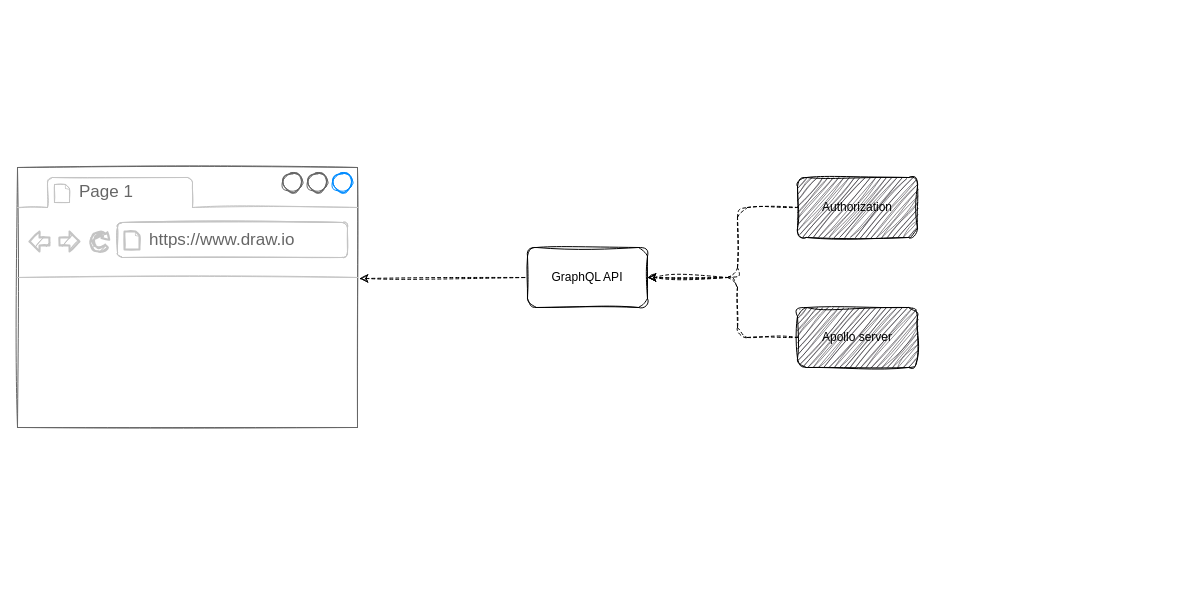
Earlier version of the draw.io diagram page "Information flow" (1 of 3) of model/MyinT GraphQL API.drawio (tealacademy/myint-graphql-api). Source tidied: cells renumbered, new cells numbered last; positions are measured from the earlier drawing's top-left corner, leaving out a move shared by most shapes. Both pictures are drawn from the tidied source at 100%, with x=0, y=0 at pixel (17, 167).
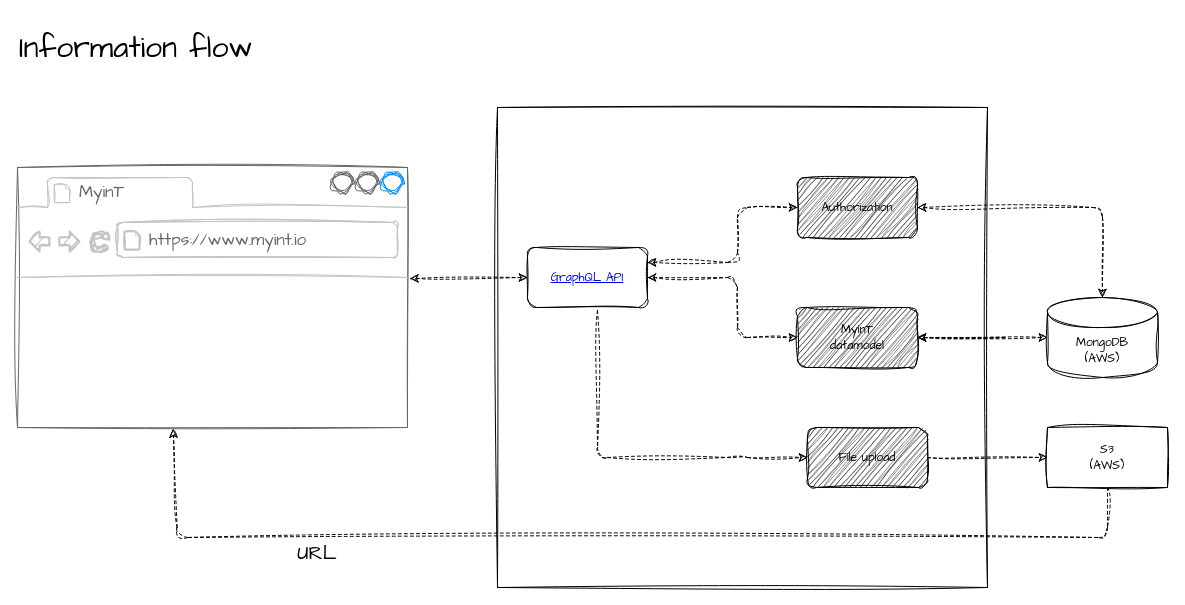
The same page after the edit.

Commit message (it also covers changes not shown here):
Bit more comments to explain code. First datamodel-model added

Diff of the diagram source:
```diff
@@
+    <mxCell id="11" style="rounded=0;whiteSpace=wrap;fontSize=30;labelBackgroundColor=none;textOpacity=0;labelPosition=left;verticalLabelPosition=middle;align=right;verticalAlign=middle;sketch=1;curveFitting=1;jiggle=2;glass=0;" parent="1" vertex="1">
+      <mxGeometry x="480" y="-60" width="490" height="480" as="geometry" />
+    </mxCell>
-    <mxCell id="2" style="edgeStyle=none;html=1;entryX=0;entryY=0.5;entryDx=0;entryDy=0;sketch=1;curveFitting=1;jiggle=2;startArrow=classic;startFill=1;endArrow=none;endFill=0;dashed=1;" parent="1" edge="1" source="4" target="5">
+    <mxCell id="2" style="edgeStyle=none;html=1;entryX=0;entryY=0.5;entryDx=0;entryDy=0;sketch=1;curveFitting=1;jiggle=2;startArrow=classic;startFill=1;endArrow=classic;endFill=1;dashed=1;exitX=1;exitY=0.25;exitDx=0;exitDy=0;" parent="1" edge="1" source="4" target="5">
       <mxGeometry relative="1" as="geometry">
         <Array as="points">
-          <mxPoint x="720" y="110" />
+          <mxPoint x="720" y="95" />
           <mxPoint x="720" y="40" />
         </Array>
       </mxGeometry>
     </mxCell>
-    <mxCell id="3" style="edgeStyle=none;html=1;sketch=1;curveFitting=1;jiggle=2;startArrow=classic;startFill=1;endArrow=none;endFill=0;dashed=1;" parent="1" edge="1" source="4" target="6">
+    <mxCell id="3" style="edgeStyle=none;html=1;sketch=1;curveFitting=1;jiggle=2;startArrow=classic;startFill=1;endArrow=classic;endFill=1;dashed=1;exitX=1;exitY=0.5;exitDx=0;exitDy=0;" parent="1" edge="1" source="4" target="6">
       <mxGeometry relative="1" as="geometry">
         <Array as="points">
           <mxPoint x="720" y="110" />
           <mxPoint x="720" y="170" />
         </Array>
       </mxGeometry>
     </mxCell>
-    <mxCell id="4" value="&lt;div style=&quot;&quot;&gt;&lt;span style=&quot;background-color: initial;&quot;&gt;GraphQL API&lt;/span&gt;&lt;/div&gt;" style="rounded=1;whiteSpace=wrap;html=1;align=center;sketch=1;curveFitting=1;jiggle=2;" parent="1" vertex="1">
+    <mxCell id="4" value="&lt;div style=&quot;&quot;&gt;&lt;span style=&quot;background-color: initial;&quot;&gt;&lt;font face=&quot;Architects Daughter&quot;&gt;&lt;a href=&quot;data:page/id,EDtR1DHFm7wwkhuv0E5v&quot;&gt;GraphQL API&lt;/a&gt;&lt;/font&gt;&lt;/span&gt;&lt;/div&gt;" style="rounded=1;whiteSpace=wrap;html=1;align=center;sketch=1;curveFitting=1;jiggle=2;" parent="1" vertex="1">
       <mxGeometry x="510" y="80" width="120" height="60" as="geometry" />
     </mxCell>
-    <mxCell id="5" value="Authorization" style="whiteSpace=wrap;html=1;align=center;fillColor=rgb(24, 20, 29);rounded=1;sketch=1;curveFitting=1;jiggle=2;" parent="1" vertex="1">
+    <mxCell id="5" value="&lt;font face=&quot;Architects Daughter&quot;&gt;Authorization&lt;/font&gt;" style="whiteSpace=wrap;html=1;align=center;fillColor=rgb(24, 20, 29);rounded=1;sketch=1;curveFitting=1;jiggle=2;" parent="1" vertex="1">
       <mxGeometry x="780" y="10" width="120" height="60" as="geometry" />
     </mxCell>
+    <mxCell id="12" style="edgeStyle=none;sketch=1;html=1;dashed=1;startArrow=classic;startFill=1;endArrow=none;endFill=0;curveFitting=1;jiggle=2;" parent="1" edge="1" source="6">
+      <mxGeometry relative="1" as="geometry">
+        <mxPoint x="990" y="170" as="targetPoint" />
+      </mxGeometry>
+    </mxCell>
-    <mxCell id="6" value="Apollo server" style="whiteSpace=wrap;html=1;align=center;fillColor=rgb(24, 20, 29);rounded=1;sketch=1;curveFitting=1;jiggle=2;" parent="1" vertex="1">
+    <mxCell id="6" value="&lt;font face=&quot;Architects Daughter&quot;&gt;MyinT&lt;br&gt;datamodel&lt;/font&gt;" style="whiteSpace=wrap;html=1;align=center;fillColor=rgb(24, 20, 29);rounded=1;sketch=1;curveFitting=1;jiggle=2;" parent="1" vertex="1">
       <mxGeometry x="780" y="140" width="120" height="60" as="geometry" />
     </mxCell>
-    <mxCell id="7" style="strokeWidth=1;shadow=0;dashed=0;align=center;html=1;shape=mxgraph.mockup.containers.browserWindow;rSize=0;strokeColor=#666666;strokeColor2=#008cff;strokeColor3=#c4c4c4;mainText=,;sketch=1;" parent="1" vertex="1">
-      <mxGeometry width="340" height="260" as="geometry" />
+    <mxCell id="7" style="strokeWidth=1;shadow=0;dashed=0;align=center;html=1;shape=mxgraph.mockup.containers.browserWindow;rSize=0;strokeColor=#666666;strokeColor2=#008cff;strokeColor3=#c4c4c4;mainText=,;sketch=1;curveFitting=1;jiggle=2;" parent="1" vertex="1">
+      <mxGeometry width="390" height="260" as="geometry" />
     </mxCell>
-    <mxCell id="8" value="Page 1" style="strokeWidth=1;shadow=0;dashed=0;align=center;html=1;shape=mxgraph.mockup.containers.anchor;fontSize=17;fontColor=#666666;align=left;sketch=1;" parent="7" vertex="1">
+    <mxCell id="8" value="&lt;font face=&quot;Architects Daughter&quot;&gt;MyinT&lt;/font&gt;" style="strokeWidth=1;shadow=0;dashed=0;align=center;html=1;shape=mxgraph.mockup.containers.anchor;fontSize=17;fontColor=#666666;align=left;sketch=1;curveFitting=1;jiggle=2;" parent="7" vertex="1">
       <mxGeometry x="60" y="12" width="110" height="26" as="geometry" />
     </mxCell>
-    <mxCell id="9" value="https://www.draw.io" style="strokeWidth=1;shadow=0;dashed=0;align=center;html=1;shape=mxgraph.mockup.containers.anchor;rSize=0;fontSize=17;fontColor=#666666;align=left;sketch=1;" parent="7" vertex="1">
+    <mxCell id="9" value="&lt;font face=&quot;Architects Daughter&quot;&gt;https://www.myint.io&lt;/font&gt;" style="strokeWidth=1;shadow=0;dashed=0;align=center;html=1;shape=mxgraph.mockup.containers.anchor;rSize=0;fontSize=17;fontColor=#666666;align=left;sketch=1;curveFitting=1;jiggle=2;" parent="7" vertex="1">
       <mxGeometry x="130" y="60" width="250" height="26" as="geometry" />
     </mxCell>
-    <mxCell id="10" style="edgeStyle=none;html=1;entryX=0;entryY=0.5;entryDx=0;entryDy=0;sketch=1;curveFitting=1;jiggle=2;startArrow=classic;startFill=1;endArrow=none;endFill=0;dashed=1;exitX=1.006;exitY=0.427;exitDx=0;exitDy=0;exitPerimeter=0;" parent="1" edge="1" source="7" target="4">
+    <mxCell id="10" style="edgeStyle=none;html=1;entryX=0;entryY=0.5;entryDx=0;entryDy=0;sketch=1;curveFitting=1;jiggle=2;startArrow=classic;startFill=1;endArrow=classic;endFill=1;dashed=1;exitX=1.006;exitY=0.427;exitDx=0;exitDy=0;exitPerimeter=0;" parent="1" edge="1" source="7" target="4">
       <mxGeometry relative="1" as="geometry" />
     </mxCell>
+    <mxCell id="13" style="edgeStyle=none;sketch=1;html=1;dashed=1;startArrow=classic;startFill=1;endArrow=classic;endFill=1;curveFitting=1;jiggle=2;" parent="1" edge="1" source="14" target="6">
+      <mxGeometry relative="1" as="geometry" />
+    </mxCell>
+    <mxCell id="14" value="&lt;font face=&quot;Architects Daughter&quot;&gt;MongoDB&lt;br&gt;(AWS)&lt;br&gt;&lt;/font&gt;" style="shape=cylinder3;whiteSpace=wrap;html=1;boundedLbl=1;backgroundOutline=1;size=15;sketch=1;curveFitting=1;jiggle=2;" parent="1" vertex="1">
+      <mxGeometry x="1030" y="130" width="110" height="80" as="geometry" />
+    </mxCell>
+    <mxCell id="15" style="edgeStyle=none;html=1;entryX=0.5;entryY=0;entryDx=0;entryDy=0;sketch=1;curveFitting=1;jiggle=2;startArrow=classic;startFill=1;endArrow=classic;endFill=1;dashed=1;entryPerimeter=0;" parent="1" edge="1" target="14">
+      <mxGeometry relative="1" as="geometry">
+        <mxPoint x="900" y="40" as="sourcePoint" />
+        <Array as="points">
+          <mxPoint x="1085" y="40" />
+        </Array>
+      </mxGeometry>
+    </mxCell>
+    <mxCell id="16" style="edgeStyle=none;html=1;sketch=1;curveFitting=1;jiggle=2;startArrow=none;startFill=0;endArrow=classic;endFill=1;dashed=1;exitX=0.583;exitY=1.05;exitDx=0;exitDy=0;exitPerimeter=0;" parent="1" edge="1" source="4" target="17">
+      <mxGeometry relative="1" as="geometry">
+        <Array as="points">
+          <mxPoint x="580" y="290" />
+          <mxPoint x="720" y="290" />
+        </Array>
+      </mxGeometry>
+    </mxCell>
+    <mxCell id="17" value="&lt;font face=&quot;Architects Daughter&quot;&gt;File upload&lt;/font&gt;" style="whiteSpace=wrap;html=1;align=center;fillColor=rgb(24, 20, 29);rounded=1;sketch=1;curveFitting=1;jiggle=2;" parent="1" vertex="1">
+      <mxGeometry x="790" y="260" width="120" height="60" as="geometry" />
+    </mxCell>
+    <mxCell id="18" value="&lt;font face=&quot;Architects Daughter&quot;&gt;S3&lt;br&gt;(AWS)&lt;/font&gt;" style="rounded=0;whiteSpace=wrap;html=1;sketch=1;curveFitting=1;jiggle=2;" parent="1" vertex="1">
+      <mxGeometry x="1030" y="260" width="120" height="60" as="geometry" />
+    </mxCell>
+    <mxCell id="19" style="endArrow=classic;startArrow=none;html=1;dashed=1;sketch=1;entryX=0;entryY=0.5;entryDx=0;entryDy=0;startFill=0;exitX=1;exitY=0.5;exitDx=0;exitDy=0;curveFitting=1;jiggle=2;" parent="1" edge="1" source="17" target="18">
+      <mxGeometry relative="1" as="geometry" />
+    </mxCell>
+    <mxCell id="20" style="endArrow=classic;startArrow=none;html=1;dashed=1;sketch=1;entryX=0.399;entryY=1.006;entryDx=0;entryDy=0;startFill=0;entryPerimeter=0;exitX=0.5;exitY=1;exitDx=0;exitDy=0;curveFitting=1;jiggle=2;" parent="1" edge="1" source="18" target="7">
+      <mxGeometry relative="1" as="geometry">
+        <Array as="points">
+          <mxPoint x="1090" y="370" />
+          <mxPoint x="160" y="370" />
+        </Array>
+      </mxGeometry>
+    </mxCell>
+    <mxCell id="21" value="Information flow" style="text;html=1;strokeColor=none;fillColor=none;align=left;verticalAlign=middle;whiteSpace=wrap;rounded=0;sketch=1;fontSize=30;curveFitting=1;jiggle=2;fontFamily=Architects Daughter;" parent="1" vertex="1">
+      <mxGeometry y="-150" width="270" height="60" as="geometry" />
+    </mxCell>
+    <mxCell id="22" value="URL" style="text;strokeColor=none;align=center;fillColor=none;html=1;verticalAlign=middle;whiteSpace=wrap;rounded=0;glass=0;sketch=1;hachureGap=4;jiggle=2;curveFitting=1;fontFamily=Architects Daughter;fontSize=20;" parent="1" vertex="1">
+      <mxGeometry x="270" y="370" width="60" height="30" as="geometry" />
+    </mxCell>
```
